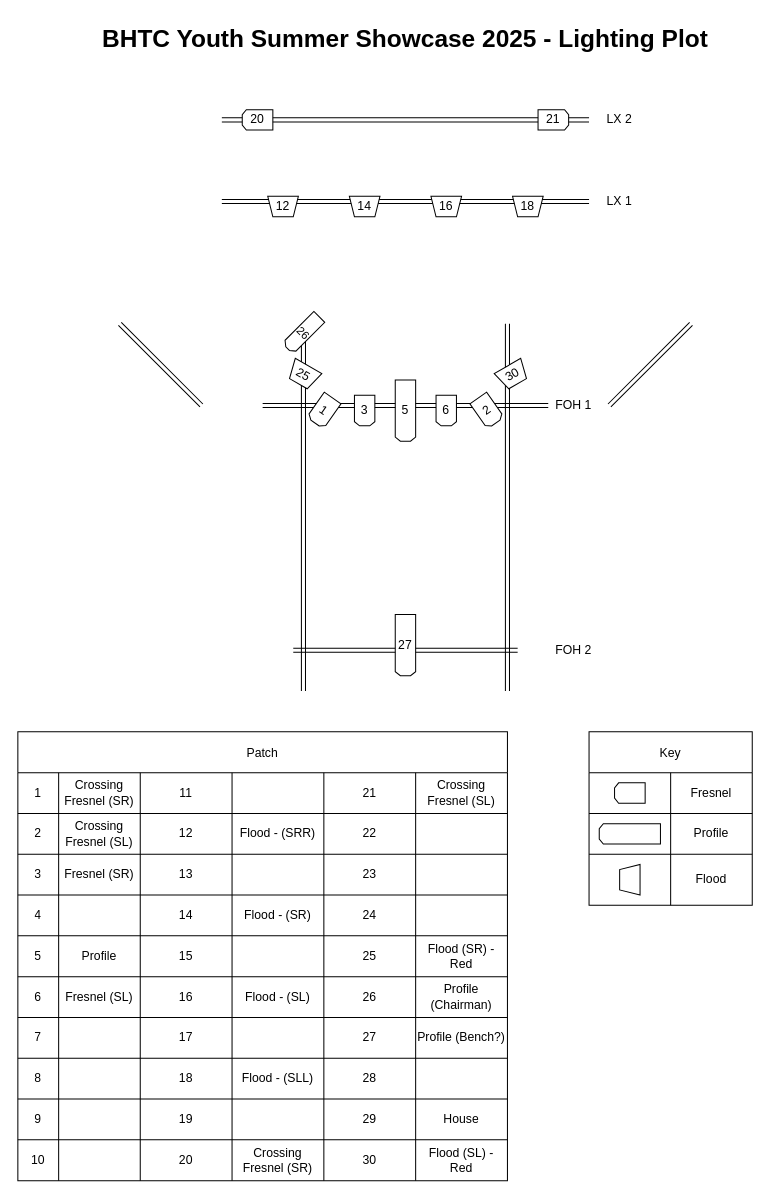
Oliver2081/yss25-lighting-plot keeps this draw.io diagram as YSS25 Lighting Plot.drawio. Above is the earlier version. Source tidied: cells renumbered, new cells numbered last; positions are measured from the earlier drawing's top-left corner, leaving out a move shared by most shapes. Both pictures are drawn from the tidied source at 102%, with x=0, y=0 at pixel (17, 17).
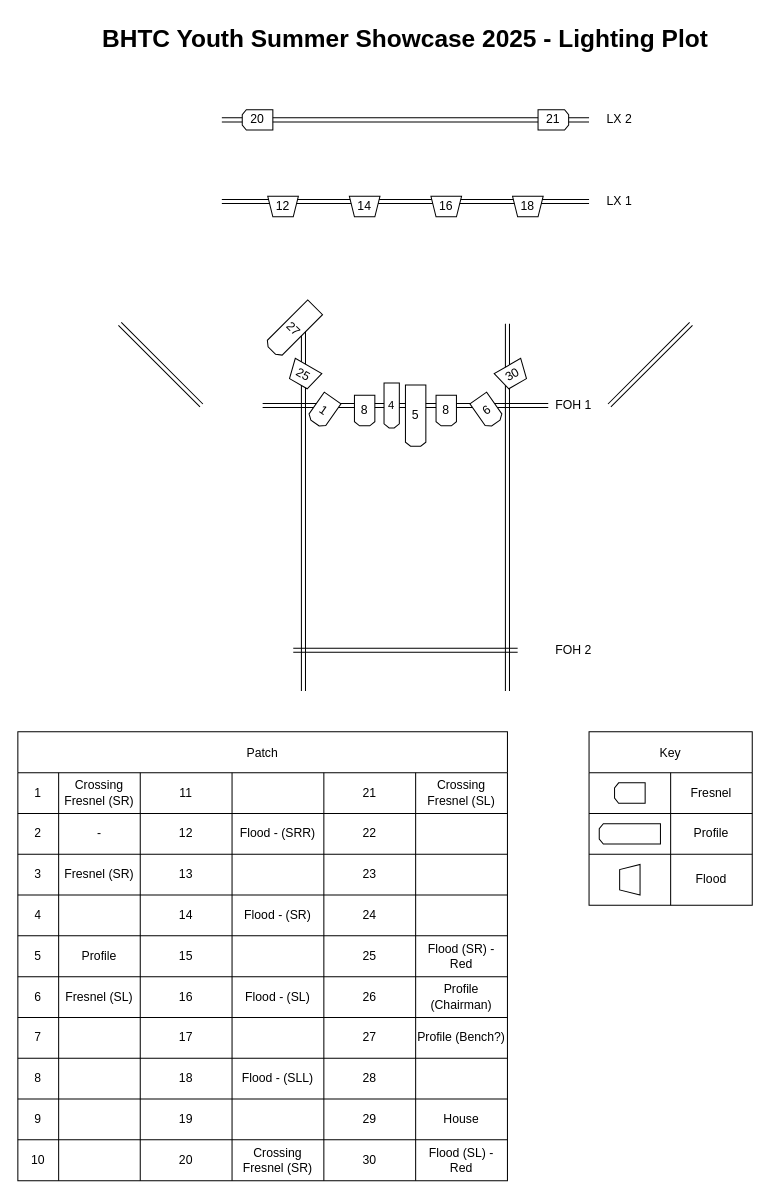
Above is the later version.

The change refers to these unchanged cells:
```xml
<mxCell id="28" style="shape=tableRow;horizontal=0;startSize=0;swimlaneHead=0;swimlaneBody=0;strokeColor=inherit;top=0;left=0;bottom=0;right=0;fillColor=none;" parent="20" vertex="1">
  <mxGeometry y="80" width="480" height="40" as="geometry" />
</mxCell>
```

The edit, as a diff of the source:
```diff
@@
-    <mxCell id="30" value="Crossing Fresnel (SL)" style="shape=partialRectangle;html=1;whiteSpace=wrap;strokeColor=inherit;overflow=hidden;fillColor=none;top=0;left=0;bottom=0;right=0;" parent="28" vertex="1">
+    <mxCell id="30" value="-" style="shape=partialRectangle;html=1;whiteSpace=wrap;strokeColor=inherit;overflow=hidden;fillColor=none;top=0;left=0;bottom=0;right=0;" parent="28" vertex="1">
       <mxGeometry x="40" width="80" height="40" as="geometry" />
     </mxCell>
@@
-    <mxCell id="94" value="2" style="shape=loopLimit;whiteSpace=wrap;html=1;rotation=-35;size=5;labelBorderColor=none;align=center;verticalAlign=middle;direction=west;" parent="1" vertex="1">
+    <mxCell id="94" value="6" style="shape=loopLimit;whiteSpace=wrap;html=1;rotation=-35;size=5;labelBorderColor=none;align=center;verticalAlign=middle;direction=west;" parent="1" vertex="1">
       <mxGeometry x="450" y="370" width="20" height="30" as="geometry" />
     </mxCell>
-    <mxCell id="95" value="3" style="shape=loopLimit;whiteSpace=wrap;html=1;rotation=0;size=5;labelBorderColor=none;align=center;verticalAlign=middle;direction=west;" parent="1" vertex="1">
+    <mxCell id="95" value="8" style="shape=loopLimit;whiteSpace=wrap;html=1;rotation=0;size=5;labelBorderColor=none;align=center;verticalAlign=middle;direction=west;" parent="1" vertex="1">
       <mxGeometry x="330" y="370" width="20" height="30" as="geometry" />
     </mxCell>
-    <mxCell id="96" value="6" style="shape=loopLimit;whiteSpace=wrap;html=1;rotation=0;size=5;labelBorderColor=none;align=center;verticalAlign=middle;direction=west;" parent="1" vertex="1">
+    <mxCell id="96" value="8" style="shape=loopLimit;whiteSpace=wrap;html=1;rotation=0;size=5;labelBorderColor=none;align=center;verticalAlign=middle;direction=west;" parent="1" vertex="1">
       <mxGeometry x="410" y="370" width="20" height="30" as="geometry" />
     </mxCell>
     <mxCell id="97" value="5" style="shape=loopLimit;whiteSpace=wrap;html=1;rotation=0;size=5;labelBorderColor=none;align=center;verticalAlign=middle;direction=west;" parent="1" vertex="1">
-      <mxGeometry x="370" y="355" width="20" height="60" as="geometry" />
+      <mxGeometry x="380" y="360" width="20" height="60" as="geometry" />
     </mxCell>
@@
-    <mxCell id="112" value="&lt;font style=&quot;font-size: 11px;&quot;&gt;26&lt;/font&gt;" style="shape=loopLimit;whiteSpace=wrap;html=1;rotation=45;size=5;labelBorderColor=none;align=center;verticalAlign=middle;direction=west;" parent="1" vertex="1">
-      <mxGeometry x="272.5" y="286.7" width="15" height="44" as="geometry" />
+    <mxCell id="112" value="&lt;font style=&quot;font-size: 11px;&quot;&gt;4&lt;/font&gt;" style="shape=loopLimit;whiteSpace=wrap;html=1;rotation=0;size=5;labelBorderColor=none;align=center;verticalAlign=middle;direction=west;" parent="1" vertex="1">
+      <mxGeometry x="359" y="358" width="15" height="44" as="geometry" />
     </mxCell>
-    <mxCell id="113" value="27" style="shape=loopLimit;whiteSpace=wrap;html=1;rotation=0;size=5;labelBorderColor=none;align=center;verticalAlign=middle;direction=west;" parent="1" vertex="1">
-      <mxGeometry x="370" y="585" width="20" height="60" as="geometry" />
+    <mxCell id="113" value="27" style="shape=loopLimit;whiteSpace=wrap;html=1;rotation=45;size=5;labelBorderColor=none;align=center;verticalAlign=middle;direction=west;" parent="1" vertex="1">
+      <mxGeometry x="260" y="275" width="20.5" height="60" as="geometry" />
     </mxCell>
```
